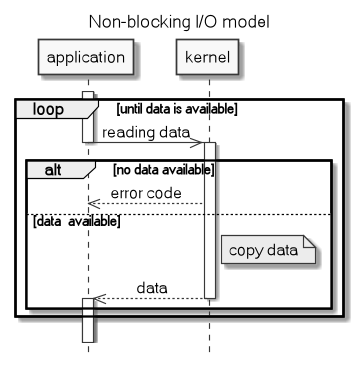
The PlantUML diagram .images/non_blocking_IO_model.png in c0p4c4b4n4/demo-sockets-io-nio-nio2, before a commit.
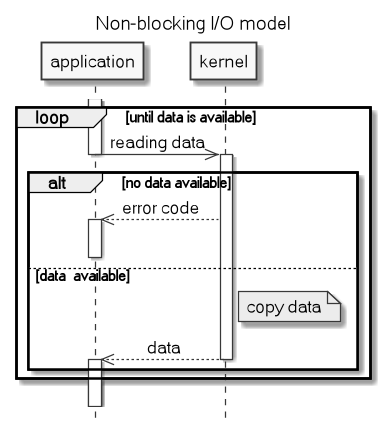
After the commit.

What changed in the source:
```diff
@@ -12,6 +12,8 @@
     activate kernel
     alt no data available
         kernel-->>application: error code
+        activate application
+        deactivate application
     else data  available
         Note right of kernel: copy data
         kernel-->>application: data
```
